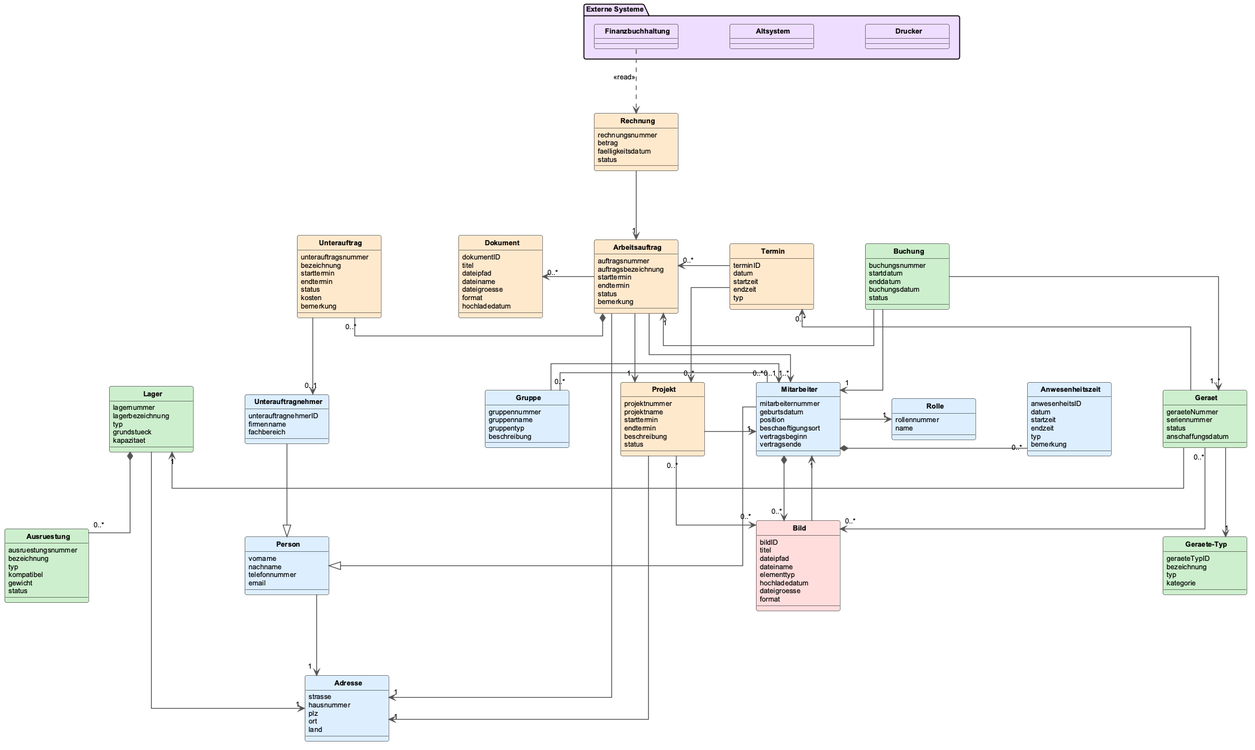
Above: assets/klassendiagramm/Klassendiagramm.png in DaniPolishchuk/SWEProjekt (PlantUML), before the change.
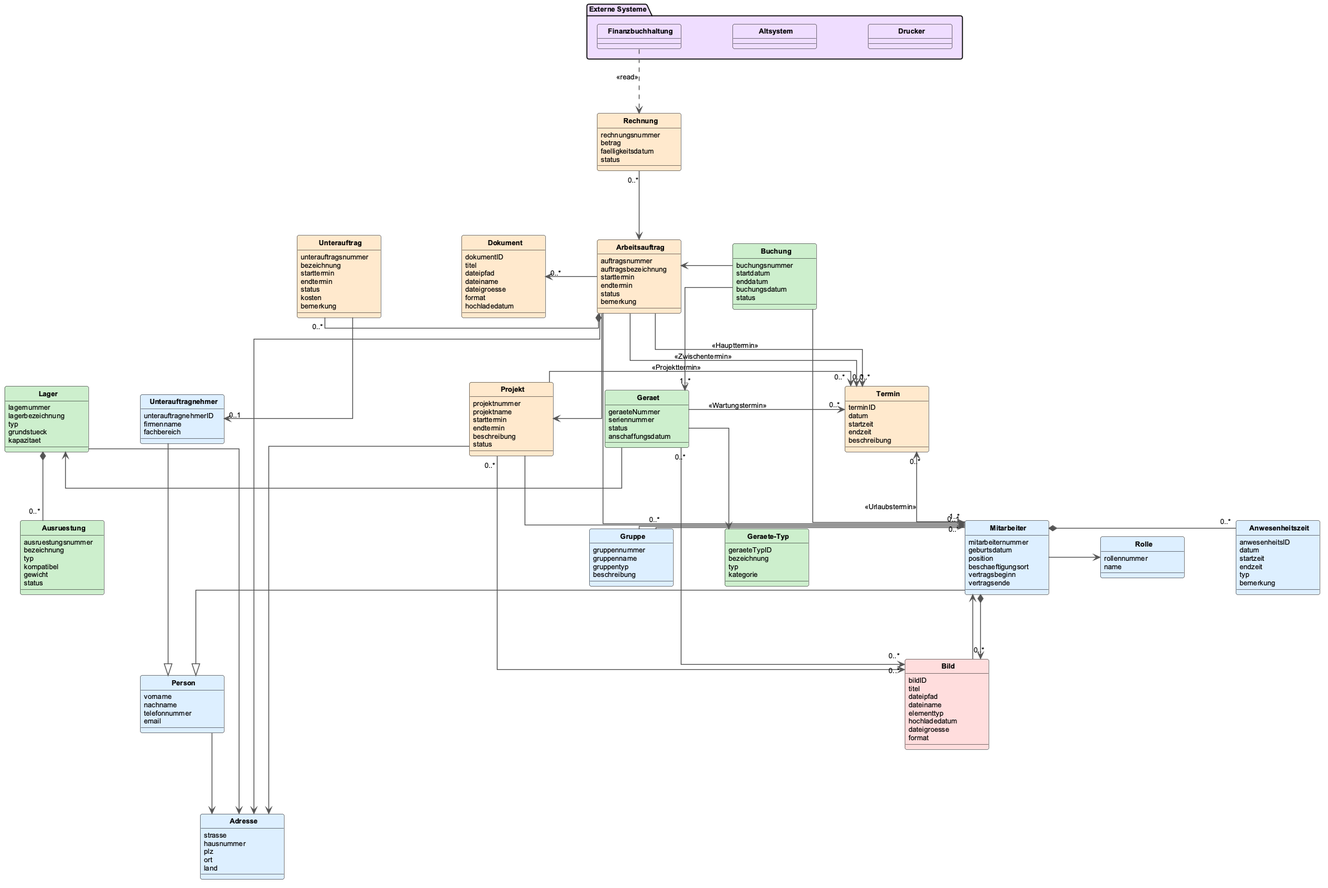
After the change.

Commit message:
Klassendiagramm überarbeitet

Diff of the diagram source:
```diff
@@ -111,7 +111,7 @@
     datum
     startzeit
     endzeit
-    typ
+    beschreibung
 }
 
 class Rechnung #FFE8CC {
@@ -187,40 +187,42 @@
 Mitarbeiter        -down-|> Person
 Unterauftragnehmer -down-|> Person
 
-Person         -down-> "1"    Adresse
-Lager          -down-> "1"    Adresse
-Projekt        -right-> "1"   Adresse
-Arbeitsauftrag -right-> "1"   Adresse
+Person         -down->    Adresse
+Lager          -down->    Adresse
+Projekt        -right->   Adresse
+Arbeitsauftrag -right->   Adresse
 
-Mitarbeiter -right-> "1"    Rolle
+Mitarbeiter -right->        Rolle
 Mitarbeiter *-right- "0..*" Anwesenheitszeit
 Mitarbeiter "0..*" -left- "0..*" Gruppe
 Gruppe      -right-> "0..1" Mitarbeiter
 
-Projekt        -right-> "1"    Mitarbeiter
-Arbeitsauftrag -down->  "1"    Projekt
+Projekt        -right->        Mitarbeiter
+Arbeitsauftrag -down->         Projekt
 Arbeitsauftrag -right-> "1..*" Mitarbeiter
 Arbeitsauftrag *-left-  "0..*" Unterauftrag
 Arbeitsauftrag -left->  "0..*" Dokument
 Unterauftrag   -down->  "0..1" Unterauftragnehmer
-Termin         -left->  "0..*" Arbeitsauftrag
-Termin         -down->  "0..*" Projekt
+Arbeitsauftrag -left->  "0..*" Termin : <<Haupttermin>>
+Arbeitsauftrag -down->  "0..*" Termin : <<Zwischentermin>>
+Projekt        -right-> "0..*" Termin : <<Projekttermin>>
+Mitarbeiter    -up->    "0..*" Termin : <<Urlaubstermin>>
 
-Rechnung          -down-> "1" Arbeitsauftrag
-Finanzbuchhaltung ..>     Rechnung : <<read>>
+Rechnung "0..*"   -down->   Arbeitsauftrag
+Finanzbuchhaltung ..>       Rechnung : <<read>>
 
-Geraet -down->  "1"    GeraeteTyp
-Geraet -left->  "1"    Lager
-Geraet -left->  "0..*" Termin
+Geraet -down->        GeraeteTyp
+Geraet -left->        Lager
+Geraet -right-> "0..*" Termin : <<Wartungstermin>>
 Lager  *-down-  "0..*" Ausruestung
 
 Buchung -down->  "1..*" Geraet
-Buchung -left->  "1"    Arbeitsauftrag
-Buchung -right-> "1"    Mitarbeiter
+Buchung -left->         Arbeitsauftrag
+Buchung -right->        Mitarbeiter
 
 Mitarbeiter *-down-> "0..*" Bild
 Projekt     "0..*" -down-> "0..*" Bild
 Geraet      "0..*" -down-> "0..*" Bild
-Bild        -up->   "1"    Mitarbeiter
+Bild        -up->          Mitarbeiter
 
 @enduml
```
